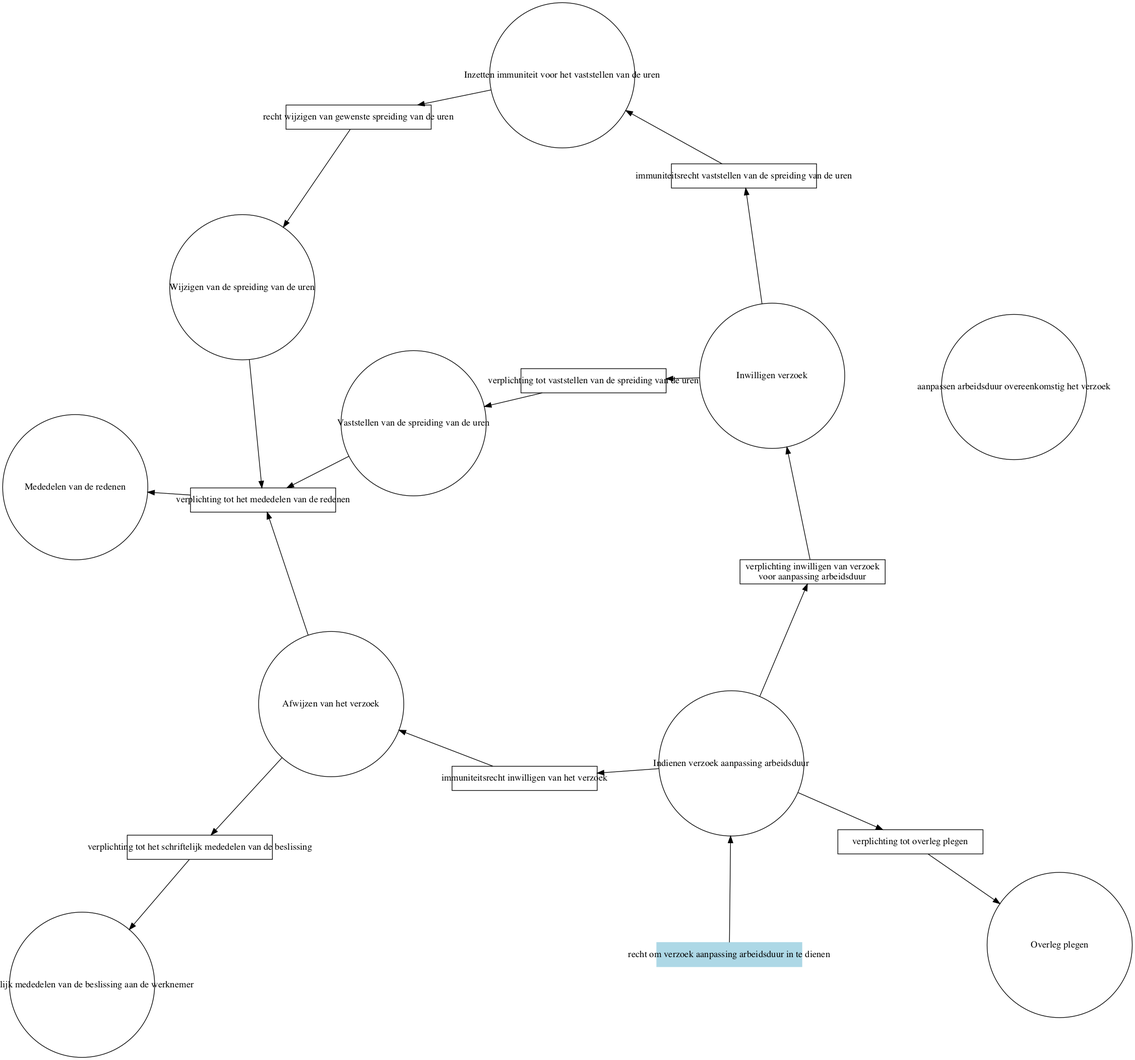
diederikd/DeBrug keeps this Graphviz diagram as graphviz/visualiser.png. Above is the earlier version. Its source is kept beside it as graphviz/visualiser.gv.
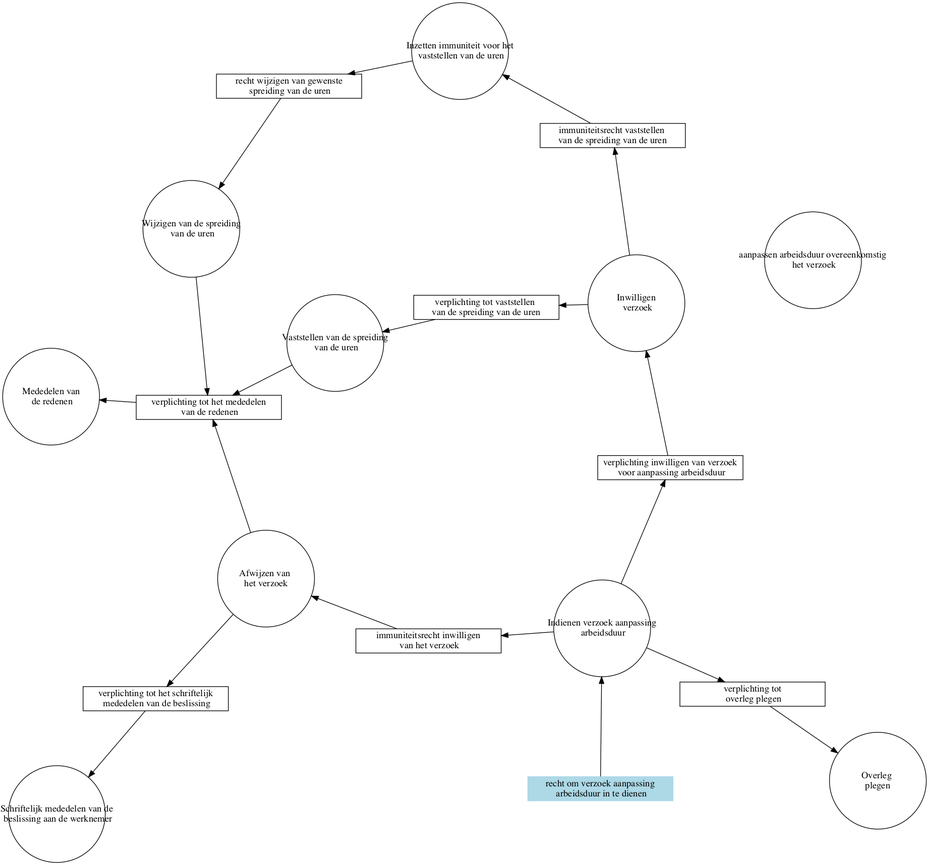
The same file after the commit.

The edit, as a diff of the source:
```diff
@@ -4,39 +4,93 @@
 
 digraph diagram{
 rankdir=LR;
-node [shape=circle, fixedsize=true, width=3];"Indienen verzoek aanpassing arbeidsduur"; "Overleg plegen"; "Inwilligen verzoek"; "Afwijzen van het verzoek"; "Inzetten immuniteit voor het vaststellen van de uren"; "Vaststellen van de spreiding van de uren"; "Wijzigen van de spreiding van de uren"; "Schriftelijk mededelen van de beslissing aan de werknemer"; "Mededelen van de redenen"; "aanpassen arbeidsduur overeenkomstig het verzoek";
-node [shape=box, fixedsize=true, width=3];"recht om verzoek aanpassing arbeidsduur in te dienen"[color=lightblue, style=filled]; "verplichting tot overleg plegen"; "verplichting inwilligen van verzoek
-voor aanpassing arbeidsduur"; "immuniteitsrecht inwilligen van het verzoek"; "verplichting tot vaststellen van de spreiding van de uren"; "immuniteitsrecht vaststellen van de spreiding van de uren"; "recht wijzigen van gewenste spreiding van de uren"; "verplichting tot het schriftelijk mededelen van de beslissing"; "verplichting tot het mededelen van de redenen";
-"recht om verzoek aanpassing arbeidsduur in te dienen"->"Indienen verzoek aanpassing arbeidsduur";
+node [shape=circle, fixedsize=true, width=2];"Indienen verzoek aanpassing
+ arbeidsduur"; "Overleg
+plegen"; "Inwilligen
+ verzoek"; "Afwijzen van
+het verzoek"; "Inzetten immuniteit voor het
+ vaststellen van de uren"; "Vaststellen van de spreiding
+ van de uren"; "Wijzigen van de spreiding
+ van de uren"; "Schriftelijk mededelen van de
+ beslissing aan de werknemer"; "Mededelen van
+ de redenen"; "aanpassen arbeidsduur overeenkomstig
+ het verzoek";
+node [shape=box, fixedsize=true, width=3];"recht om verzoek aanpassing
+ arbeidsduur in te dienen"[color=lightblue, style=filled]; "verplichting tot
+ overleg plegen"; "verplichting inwilligen van verzoek
+ voor aanpassing arbeidsduur"; "immuniteitsrecht inwilligen
+ van het verzoek"; "verplichting tot vaststellen
+van de spreiding van de uren"; "immuniteitsrecht vaststellen
+van de spreiding van de uren"; "recht wijzigen van gewenste
+ spreiding van de uren"; "verplichting tot het schriftelijk
+ mededelen van de beslissing"; "verplichting tot het mededelen
+ van de redenen";
+"recht om verzoek aanpassing
+ arbeidsduur in te dienen"->"Indienen verzoek aanpassing
+ arbeidsduur";
 
-"verplichting tot overleg plegen"->"Overleg plegen";
+"verplichting tot
+ overleg plegen"->"Overleg
+plegen";
 
 "verplichting inwilligen van verzoek
-voor aanpassing arbeidsduur"->"Inwilligen verzoek";
+ voor aanpassing arbeidsduur"->"Inwilligen
+ verzoek";
 
-"immuniteitsrecht inwilligen van het verzoek"->"Afwijzen van het verzoek";
+"immuniteitsrecht inwilligen
+ van het verzoek"->"Afwijzen van
+het verzoek";
 
-"verplichting tot vaststellen van de spreiding van de uren"->"Vaststellen van de spreiding van de uren";
+"verplichting tot vaststellen
+van de spreiding van de uren"->"Vaststellen van de spreiding
+ van de uren";
 
-"immuniteitsrecht vaststellen van de spreiding van de uren"->"Inzetten immuniteit voor het vaststellen van de uren";
+"immuniteitsrecht vaststellen
+van de spreiding van de uren"->"Inzetten immuniteit voor het
+ vaststellen van de uren";
 
-"recht wijzigen van gewenste spreiding van de uren"->"Wijzigen van de spreiding van de uren";
+"recht wijzigen van gewenste
+ spreiding van de uren"->"Wijzigen van de spreiding
+ van de uren";
 
-"verplichting tot het schriftelijk mededelen van de beslissing"->"Schriftelijk mededelen van de beslissing aan de werknemer";
+"verplichting tot het schriftelijk
+ mededelen van de beslissing"->"Schriftelijk mededelen van de
+ beslissing aan de werknemer";
 
-"verplichting tot het mededelen van de redenen"->"Mededelen van de redenen";
+"verplichting tot het mededelen
+ van de redenen"->"Mededelen van
+ de redenen";
 
-"Indienen verzoek aanpassing arbeidsduur"->"verplichting tot overleg plegen";
-"Indienen verzoek aanpassing arbeidsduur"->"verplichting inwilligen van verzoek
-voor aanpassing arbeidsduur";
-"Indienen verzoek aanpassing arbeidsduur"->"immuniteitsrecht inwilligen van het verzoek";
-"Inwilligen verzoek"->"verplichting tot vaststellen van de spreiding van de uren";
-"Inwilligen verzoek"->"immuniteitsrecht vaststellen van de spreiding van de uren";
-"Afwijzen van het verzoek"->"verplichting tot het schriftelijk mededelen van de beslissing";
-"Afwijzen van het verzoek"->"verplichting tot het mededelen van de redenen";
-"Inzetten immuniteit voor het vaststellen van de uren"->"recht wijzigen van gewenste spreiding van de uren";
-"Vaststellen van de spreiding van de uren"->"verplichting tot het mededelen van de redenen";
-"Wijzigen van de spreiding van de uren"->"verplichting tot het mededelen van de redenen";
+"Indienen verzoek aanpassing
+ arbeidsduur"->"verplichting tot
+ overleg plegen";
+"Indienen verzoek aanpassing
+ arbeidsduur"->"verplichting inwilligen van verzoek
+ voor aanpassing arbeidsduur";
+"Indienen verzoek aanpassing
+ arbeidsduur"->"immuniteitsrecht inwilligen
+ van het verzoek";
+"Inwilligen
+ verzoek"->"verplichting tot vaststellen
+van de spreiding van de uren";
+"Inwilligen
+ verzoek"->"immuniteitsrecht vaststellen
+van de spreiding van de uren";
+"Afwijzen van
+het verzoek"->"verplichting tot het schriftelijk
+ mededelen van de beslissing";
+"Afwijzen van
+het verzoek"->"verplichting tot het mededelen
+ van de redenen";
+"Inzetten immuniteit voor het
+ vaststellen van de uren"->"recht wijzigen van gewenste
+ spreiding van de uren";
+"Vaststellen van de spreiding
+ van de uren"->"verplichting tot het mededelen
+ van de redenen";
+"Wijzigen van de spreiding
+ van de uren"->"verplichting tot het mededelen
+ van de redenen";
 overlap=false
-fontsize=10;
+fontsize=14;
 }
```
